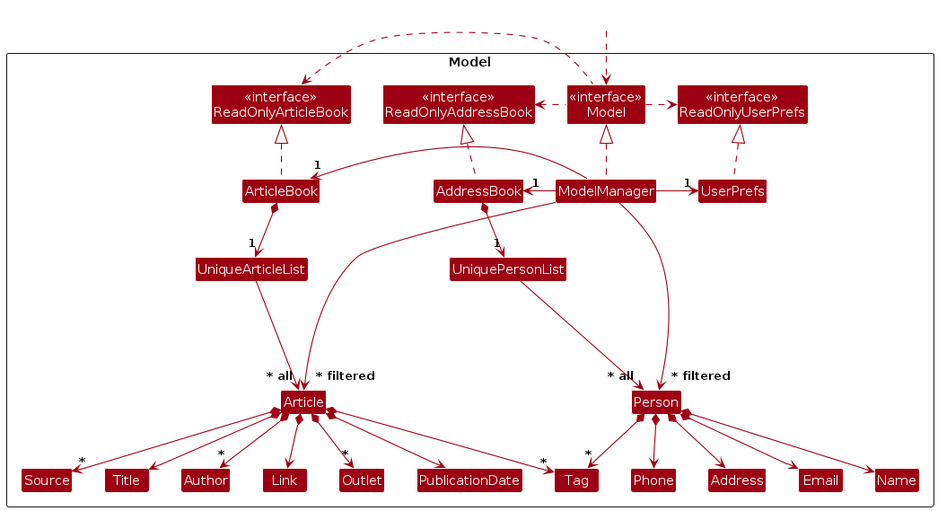
Above: diagrams/ModelClassDiagram.png in AY2324S2-CS2103T-F12-2/tp (PlantUML), before the change. Its source is kept beside it as diagrams/ModelClassDiagram.puml. Its diagram source:
```plantuml
@startuml
!include style.puml
skinparam arrowThickness 1.1
skinparam arrowColor MODEL_COLOR
skinparam classBackgroundColor MODEL_COLOR

Package Model as ModelPackage <<Rectangle>>{
Class "<<interface>>\nReadOnlyAddressBook" as ReadOnlyAddressBook
Class "<<interface>>\nReadOnlyArticleBook" as ReadOnlyArticleBook
Class "<<interface>>\nReadOnlyUserPrefs" as ReadOnlyUserPrefs
Class "<<interface>>\nModel" as Model
Class AddressBook
Class ArticleBook
Class ModelManager
Class UserPrefs

Class UniquePersonList
Class Person
Class Address
Class Email
Class Name
Class Phone
Class Tag
Class I #FFFFFF

Class UniqueArticleList
Class Article
Class Author
Class Link
Class Outlet
Class PublicationDate
Class Source
Class Title
Class K #FFFFFF
}

Class HiddenOutside #FFFFFF
HiddenOutside ..> Model

AddressBook .up.|> ReadOnlyAddressBook
ArticleBook .up.|> ReadOnlyArticleBook

ModelManager .up.|> Model
Model .right.> ReadOnlyUserPrefs
Model .left.> ReadOnlyAddressBook
Model .left.> ReadOnlyArticleBook
ModelManager -left-> "1" AddressBook
ModelManager -right-> "1" ArticleBook
ModelManager -right-> "1" UserPrefs
UserPrefs .up.|> ReadOnlyUserPrefs

AddressBook *--> "1" UniquePersonList
ArticleBook *--> "1" UniqueArticleList
UniquePersonList --> "~* all" Person
UniqueArticleList --> "~* all" Article
Person *--> Name
Person *--> Phone
Person *--> Email
Person *--> Address
Person *--> "*" Tag
Article *--> "*" Author
Article *--> Link
Article *--> "*" Outlet
Article *--> PublicationDate
Article *--> "*" Source
Article *--> Title
Article *--> "*" Tag

Person -[hidden]up--> I
Article -[hidden]up--> K
UniquePersonList -[hidden]right-> I
UniqueArticleList -[hidden]right-> K

Name -[hidden]right-> Phone
Phone -[hidden]right-> Address
Address -[hidden]right-> Email

ModelManager --> "~* filtered" Person
ModelManager --> "~* filtered" Article
@enduml
```
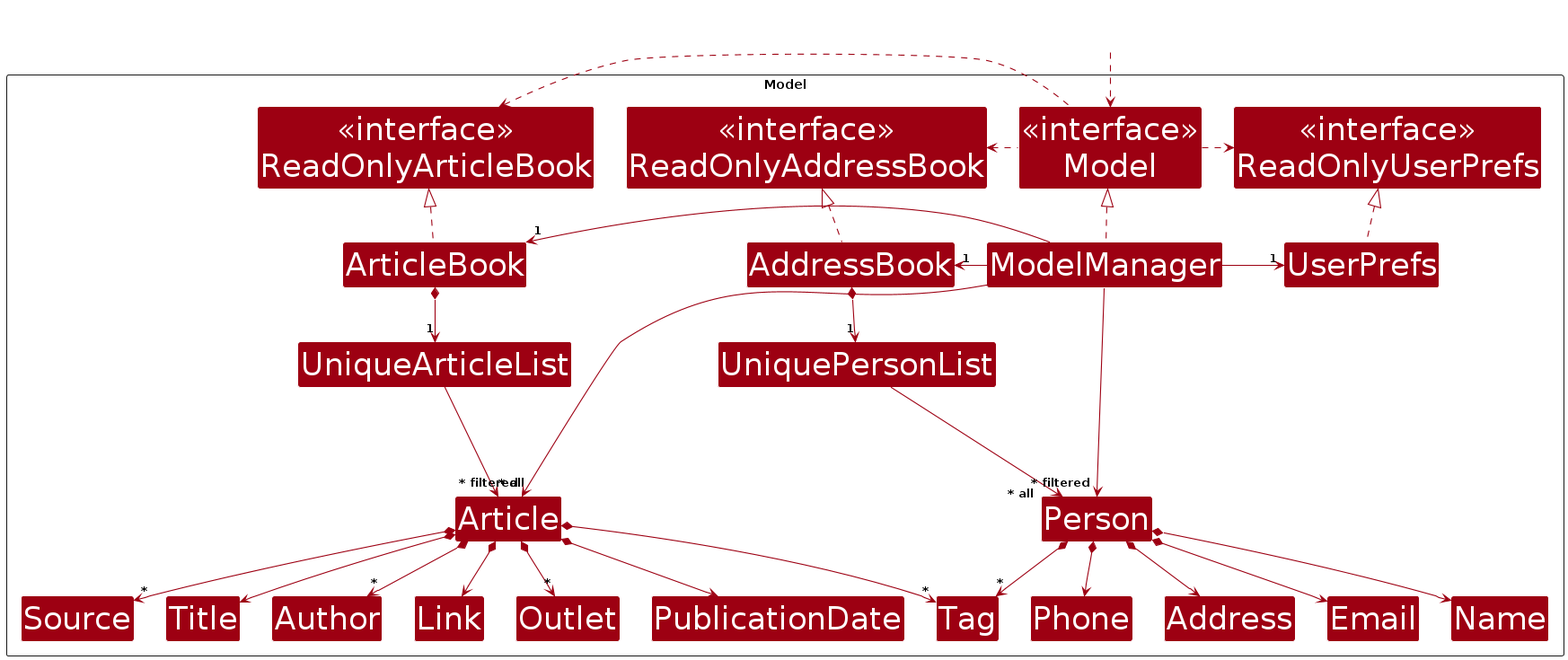
Later version of the same file.

Change to the diagram source:
```diff
@@ -1,5 +1,5 @@
 @startuml
-!include style.puml
+!include style2.puml
 skinparam arrowThickness 1.1
 skinparam arrowColor MODEL_COLOR
 skinparam classBackgroundColor MODEL_COLOR
```
